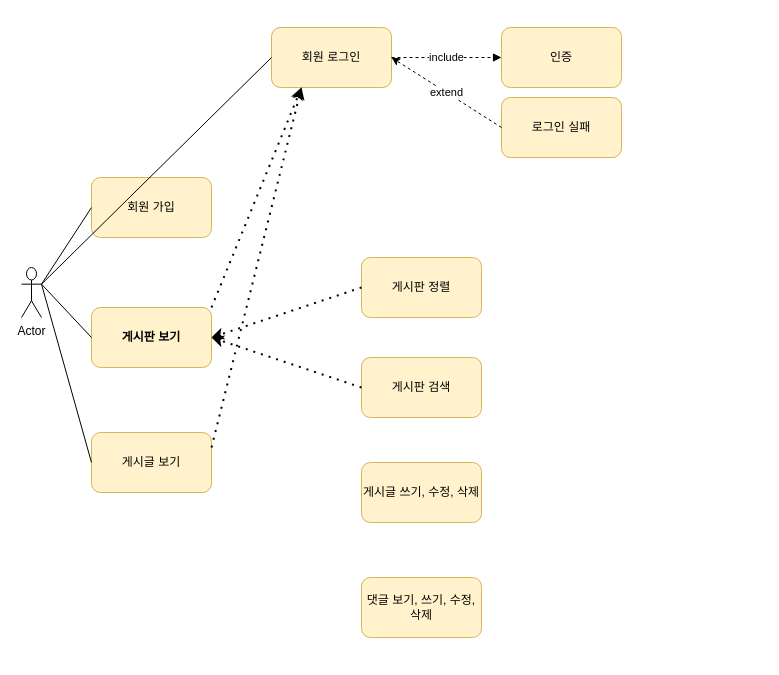
Above: 제목 없는 다이어그램.drawio in jogony/project-board (draw.io), before the change. Source tidied: cells renumbered, new cells numbered last; positions are measured from the earlier drawing's top-left corner, leaving out a move shared by most shapes. Both pictures are drawn from the tidied source at 100%, with x=0, y=0 at pixel (21, 27).
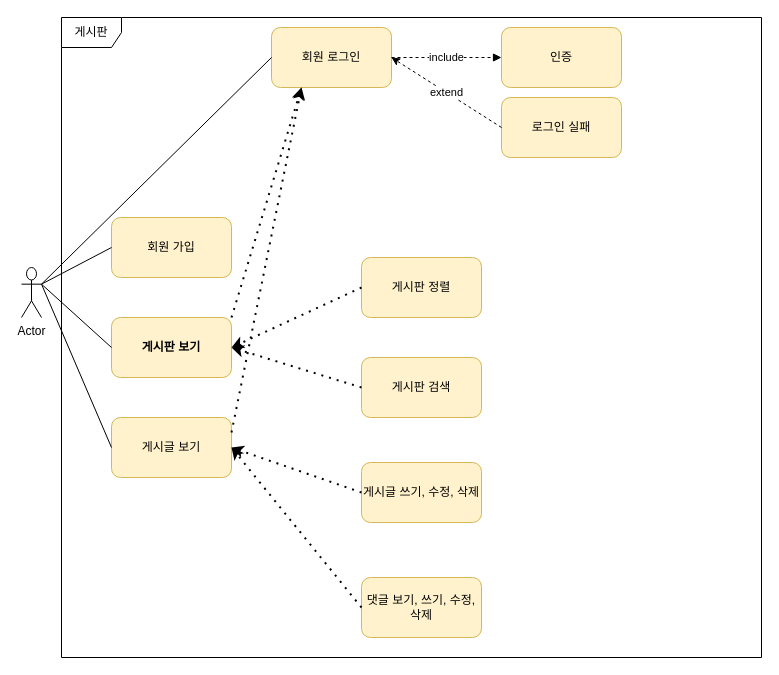
Above is the later version.

Commit message (it also covers changes not shown here):
제목 없는 다이어그램.drawio 업데이트

The change refers to these unchanged cells:
```xml
<mxCell id="12" value="게시글 쓰기, 수정, 삭제" style="rounded=1;whiteSpace=wrap;html=1;fillColor=#fff2cc;strokeColor=#d6b656;" parent="1" vertex="1">
  <mxGeometry x="340" y="435" width="120" height="60" as="geometry" />
</mxCell>
<mxCell id="13" value="댓글 보기, 쓰기, 수정, 삭제" style="rounded=1;whiteSpace=wrap;html=1;fillColor=#fff2cc;strokeColor=#d6b656;" parent="1" vertex="1">
  <mxGeometry x="340" y="550" width="120" height="60" as="geometry" />
</mxCell>
```

Diff of the diagram source:
```diff
@@
     <mxCell id="4" value="회원 가입" style="rounded=1;whiteSpace=wrap;html=1;fillColor=#fff2cc;strokeColor=#d6b656;" parent="1" vertex="1">
-      <mxGeometry x="70" y="150" width="120" height="60" as="geometry" />
+      <mxGeometry x="90" y="190" width="120" height="60" as="geometry" />
     </mxCell>
     <mxCell id="5" value="게시판 보기" style="rounded=1;whiteSpace=wrap;html=1;fillColor=#fff2cc;strokeColor=#d6b656;fontStyle=1;" parent="1" vertex="1">
-      <mxGeometry x="70" y="280" width="120" height="60" as="geometry" />
+      <mxGeometry x="90" y="290" width="120" height="60" as="geometry" />
     </mxCell>
     <mxCell id="6" value="게시글 보기" style="rounded=1;whiteSpace=wrap;html=1;fillColor=#fff2cc;strokeColor=#d6b656;" parent="1" vertex="1">
-      <mxGeometry x="70" y="405" width="120" height="60" as="geometry" />
+      <mxGeometry x="90" y="390" width="120" height="60" as="geometry" />
     </mxCell>
@@
+    <mxCell id="24" value="게시판" style="shape=umlFrame;whiteSpace=wrap;html=1;" parent="1" vertex="1">
+      <mxGeometry x="40" y="-10" width="700" height="640" as="geometry" />
+    </mxCell>
+    <mxCell id="25" style="endArrow=classic;dashed=1;html=1;dashPattern=1 3;strokeWidth=2;rounded=0;entryX=1;entryY=0.5;entryDx=0;entryDy=0;exitX=0;exitY=0.5;exitDx=0;exitDy=0;endFill=1;" parent="1" edge="1" source="12" target="6">
+      <mxGeometry relative="1" as="geometry" />
+    </mxCell>
+    <mxCell id="26" style="endArrow=classic;dashed=1;html=1;dashPattern=1 3;strokeWidth=2;rounded=0;entryX=1;entryY=0.5;entryDx=0;entryDy=0;exitX=0;exitY=0.5;exitDx=0;exitDy=0;endFill=1;" parent="1" edge="1" source="13" target="6">
+      <mxGeometry relative="1" as="geometry" />
+    </mxCell>
```
